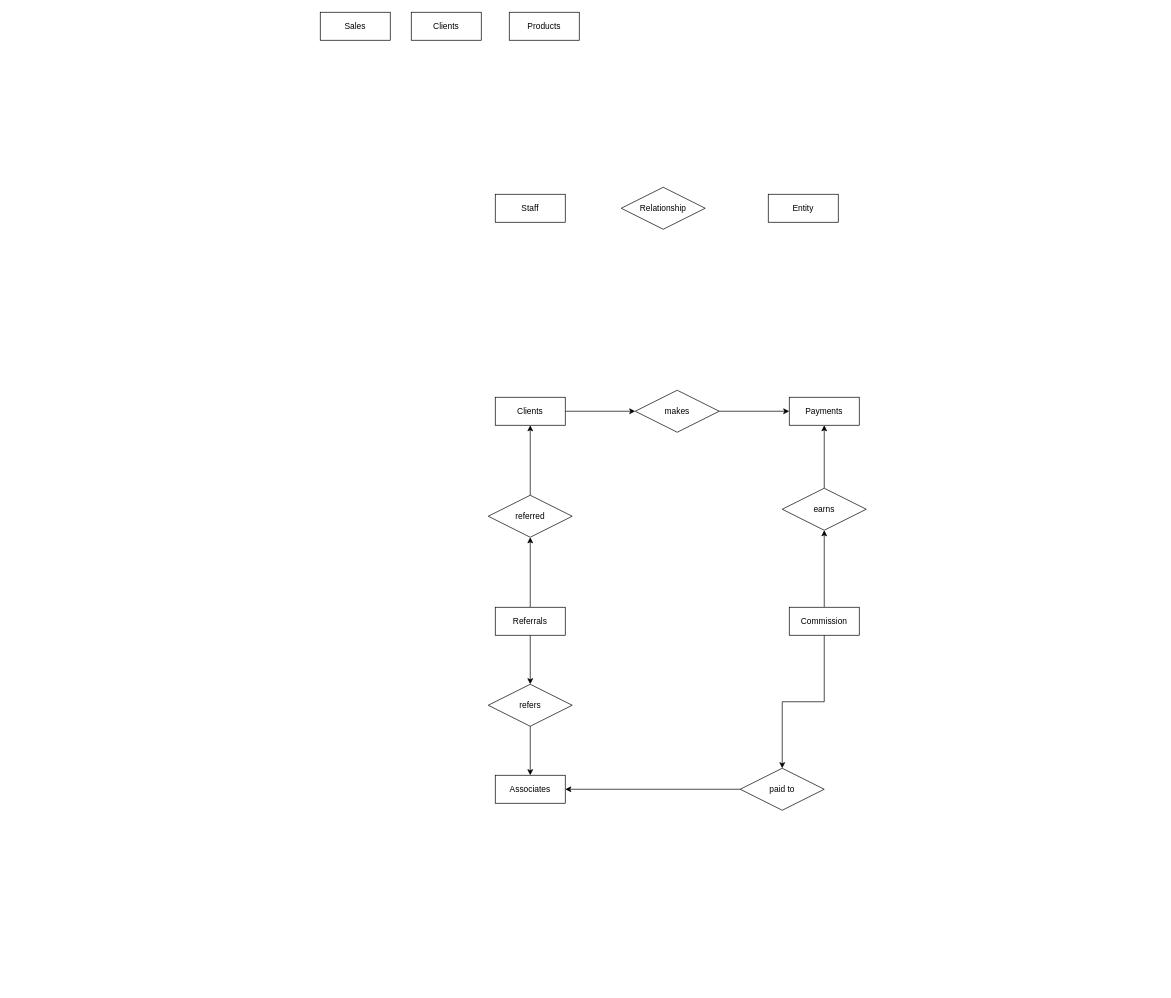
Earlier version of the draw.io diagram Untitled Diagram.drawio (TolulopeBabajide/UOR). Source tidied: cells renumbered, new cells numbered last; positions are measured from the earlier drawing's top-left corner, leaving out a move shared by most shapes. Both pictures are drawn from the tidied source at 70%, with x=0, y=0 at pixel (320, 12).
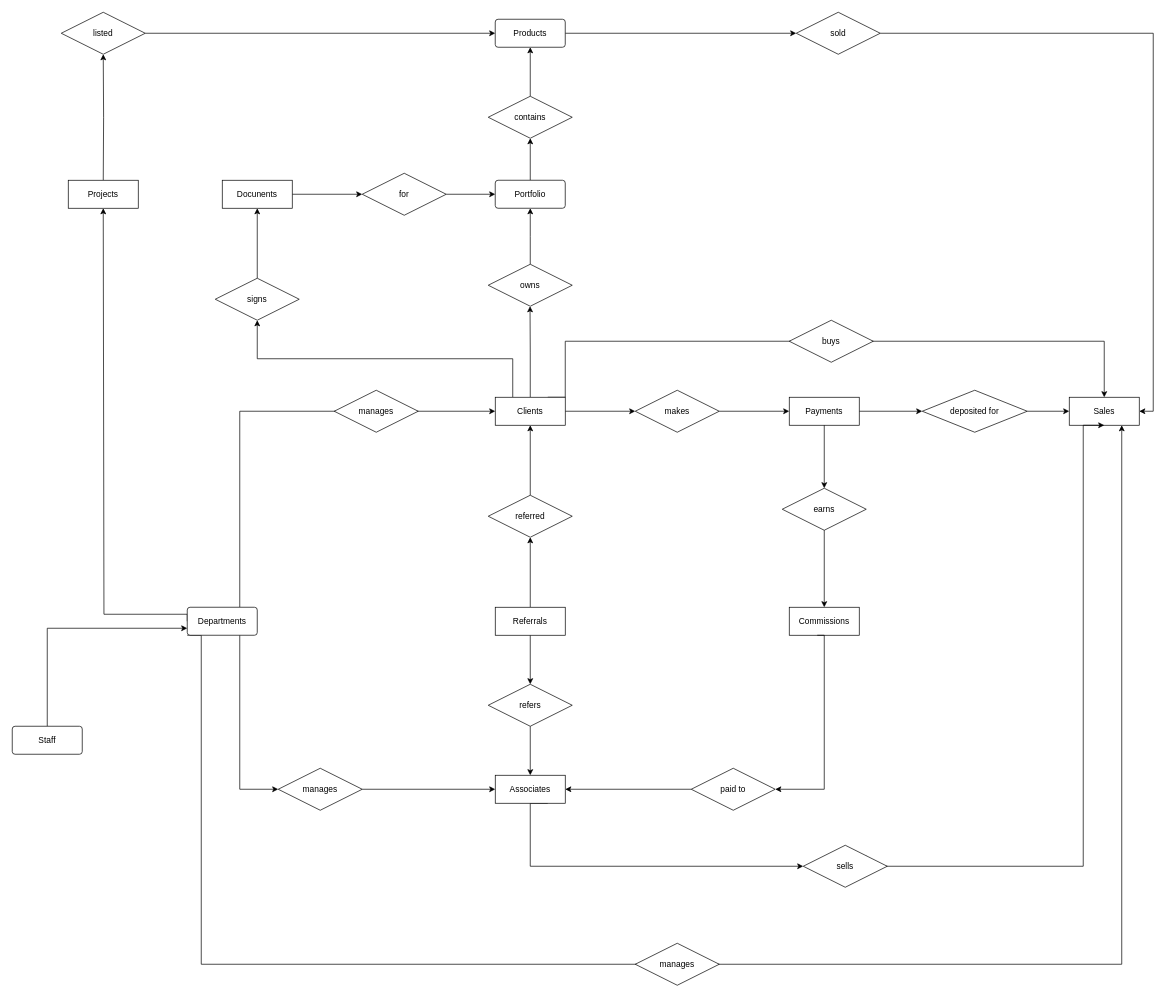
After the change.

Commit message:
all entities have been added

The change refers to these unchanged cells:
```xml
<mxCell id="9" value="Clients" style="whiteSpace=wrap;html=1;align=center;" parent="1" vertex="1">
  <mxGeometry x="250" y="550" width="100" height="40" as="geometry" />
</mxCell>
<mxCell id="12" value="Payments" style="whiteSpace=wrap;html=1;align=center;" parent="1" vertex="1">
  <mxGeometry x="670" y="550" width="100" height="40" as="geometry" />
</mxCell>
<mxCell id="14" value="earns" style="shape=rhombus;perimeter=rhombusPerimeter;whiteSpace=wrap;html=1;align=center;" parent="1" vertex="1">
  <mxGeometry x="660" y="680" width="120" height="60" as="geometry" />
</mxCell>
<mxCell id="22" value="Associates" style="whiteSpace=wrap;html=1;align=center;" parent="1" vertex="1">
  <mxGeometry x="250" y="1090" width="100" height="40" as="geometry" />
</mxCell>
```

The edit, as a diff of the source:
```diff
@@
-    <mxCell id="2" value="Clients" style="whiteSpace=wrap;html=1;align=center;" parent="1" vertex="1">
-      <mxGeometry x="130" width="100" height="40" as="geometry" />
-    </mxCell>
-    <mxCell id="3" value="Sales" style="whiteSpace=wrap;html=1;align=center;" parent="1" vertex="1">
-      <mxGeometry width="100" height="40" as="geometry" />
-    </mxCell>
-    <mxCell id="4" value="Staff" style="whiteSpace=wrap;html=1;align=center;" parent="1" vertex="1">
-      <mxGeometry x="250" y="260" width="100" height="40" as="geometry" />
-    </mxCell>
-    <mxCell id="5" value="Entity" style="whiteSpace=wrap;html=1;align=center;" parent="1" vertex="1">
-      <mxGeometry x="640" y="260" width="100" height="40" as="geometry" />
-    </mxCell>
-    <mxCell id="6" value="Relationship" style="shape=rhombus;perimeter=rhombusPerimeter;whiteSpace=wrap;html=1;align=center;" parent="1" vertex="1">
-      <mxGeometry x="430" y="250" width="120" height="60" as="geometry" />
-    </mxCell>
-    <mxCell id="7" value="Products" style="whiteSpace=wrap;html=1;align=center;" parent="1" vertex="1">
-      <mxGeometry x="270" width="100" height="40" as="geometry" />
-    </mxCell>
@@
+    <mxCell id="28" style="edgeStyle=orthogonalEdgeStyle;rounded=0;jettySize=auto;html=1;exitX=0.75;exitY=0;exitDx=0;exitDy=0;entryX=0.5;entryY=0;entryDx=0;entryDy=0;" parent="1" edge="1" source="9" target="3">
+      <mxGeometry relative="1" as="geometry">
+        <Array as="points">
+          <mxPoint x="350" y="550" />
+          <mxPoint x="350" y="470" />
+          <mxPoint x="1120" y="470" />
+        </Array>
+      </mxGeometry>
+    </mxCell>
+    <mxCell id="29" style="edgeStyle=orthogonalEdgeStyle;rounded=0;jettySize=auto;html=1;exitX=0.5;exitY=0;exitDx=0;exitDy=0;" parent="1" edge="1" source="9">
+      <mxGeometry relative="1" as="geometry">
+        <mxPoint x="299.7" y="420" as="targetPoint" />
+      </mxGeometry>
+    </mxCell>
+    <mxCell id="30" style="edgeStyle=orthogonalEdgeStyle;rounded=0;jettySize=auto;html=1;exitX=0.25;exitY=0;exitDx=0;exitDy=0;entryX=0.5;entryY=1;entryDx=0;entryDy=0;" parent="1" edge="1" source="9" target="62">
+      <mxGeometry relative="1" as="geometry" />
+    </mxCell>
@@
+    <mxCell id="31" style="edgeStyle=orthogonalEdgeStyle;rounded=0;jettySize=auto;html=1;" parent="1" edge="1" source="12" target="37">
+      <mxGeometry relative="1" as="geometry" />
+    </mxCell>
@@
-    <mxCell id="13" style="edgeStyle=orthogonalEdgeStyle;rounded=0;jettySize=auto;html=1;" parent="1" edge="1" source="14" target="12">
+    <mxCell id="13" style="edgeStyle=orthogonalEdgeStyle;rounded=0;jettySize=auto;html=1;" parent="1" edge="1" source="12" target="14">
       <mxGeometry relative="1" as="geometry" />
     </mxCell>
@@
-    <mxCell id="15" style="edgeStyle=orthogonalEdgeStyle;rounded=0;jettySize=auto;html=1;" parent="1" edge="1" source="16" target="14">
+    <mxCell id="15" style="edgeStyle=orthogonalEdgeStyle;rounded=0;jettySize=auto;html=1;" parent="1" edge="1" source="14" target="16">
       <mxGeometry relative="1" as="geometry" />
     </mxCell>
-    <mxCell id="16" value="Commission" style="whiteSpace=wrap;html=1;align=center;" parent="1" vertex="1">
+    <mxCell id="16" value="Commissions" style="whiteSpace=wrap;html=1;align=center;" parent="1" vertex="1">
       <mxGeometry x="670" y="850" width="100" height="40" as="geometry" />
     </mxCell>
@@
+    <mxCell id="32" style="edgeStyle=orthogonalEdgeStyle;rounded=0;jettySize=auto;html=1;exitX=0.75;exitY=1;exitDx=0;exitDy=0;entryX=0;entryY=0.5;entryDx=0;entryDy=0;" parent="1" edge="1" source="22" target="36">
+      <mxGeometry relative="1" as="geometry">
+        <Array as="points">
+          <mxPoint x="300" y="1130" />
+          <mxPoint x="300" y="1220" />
+        </Array>
+      </mxGeometry>
+    </mxCell>
@@
-    <mxCell id="25" style="edgeStyle=orthogonalEdgeStyle;rounded=0;jettySize=auto;html=1;exitX=0.5;exitY=1;exitDx=0;exitDy=0;" parent="1" edge="1" source="16" target="27">
-      <mxGeometry relative="1" as="geometry" />
+    <mxCell id="25" style="edgeStyle=orthogonalEdgeStyle;rounded=0;jettySize=auto;html=1;exitX=0.5;exitY=1;exitDx=0;exitDy=0;entryX=1;entryY=0.5;entryDx=0;entryDy=0;" parent="1" edge="1" target="27">
+      <mxGeometry relative="1" as="geometry">
+        <mxPoint x="710" y="890" as="sourcePoint" />
+        <Array as="points">
+          <mxPoint x="720" y="890" />
+          <mxPoint x="720" y="1110" />
+        </Array>
+      </mxGeometry>
     </mxCell>
@@
     <mxCell id="27" value="paid to" style="shape=rhombus;perimeter=rhombusPerimeter;whiteSpace=wrap;html=1;align=center;" parent="1" vertex="1">
-      <mxGeometry x="600" y="1080" width="120" height="60" as="geometry" />
+      <mxGeometry x="530" y="1080" width="120" height="60" as="geometry" />
     </mxCell>
+    <mxCell id="33" style="edgeStyle=orthogonalEdgeStyle;rounded=0;jettySize=auto;html=1;" parent="1" edge="1" source="37" target="3">
+      <mxGeometry relative="1" as="geometry" />
+    </mxCell>
+    <mxCell id="3" value="Sales" style="whiteSpace=wrap;html=1;align=center;" parent="1" vertex="1">
+      <mxGeometry x="1070" y="550" width="100" height="40" as="geometry" />
+    </mxCell>
+    <mxCell id="34" value="buys" style="shape=rhombus;perimeter=rhombusPerimeter;whiteSpace=wrap;html=1;align=center;" parent="1" vertex="1">
+      <mxGeometry x="670" y="440" width="120" height="60" as="geometry" />
+    </mxCell>
+    <mxCell id="35" style="edgeStyle=orthogonalEdgeStyle;rounded=0;jettySize=auto;html=1;exitX=1;exitY=0;exitDx=0;exitDy=0;entryX=0.5;entryY=1;entryDx=0;entryDy=0;" parent="1" edge="1" source="36" target="3">
+      <mxGeometry relative="1" as="geometry">
+        <Array as="points">
+          <mxPoint x="780" y="1220" />
+          <mxPoint x="1090" y="1220" />
+          <mxPoint x="1090" y="590" />
+        </Array>
+      </mxGeometry>
+    </mxCell>
+    <mxCell id="36" value="sells" style="shape=rhombus;perimeter=rhombusPerimeter;whiteSpace=wrap;html=1;align=center;" parent="1" vertex="1">
+      <mxGeometry x="690" y="1190" width="120" height="60" as="geometry" />
+    </mxCell>
+    <mxCell id="37" value="deposited for" style="rhombus;whiteSpace=wrap;html=1;" parent="1" vertex="1">
+      <mxGeometry x="860" y="540" width="150" height="60" as="geometry" />
+    </mxCell>
+    <mxCell id="38" style="edgeStyle=orthogonalEdgeStyle;rounded=0;jettySize=auto;html=1;exitX=0.75;exitY=0;exitDx=0;exitDy=0;entryX=0;entryY=0.5;entryDx=0;entryDy=0;" parent="1" edge="1" source="42" target="9">
+      <mxGeometry relative="1" as="geometry" />
+    </mxCell>
+    <mxCell id="39" style="edgeStyle=orthogonalEdgeStyle;rounded=0;jettySize=auto;html=1;exitX=0;exitY=0.5;exitDx=0;exitDy=0;entryX=0.5;entryY=1;entryDx=0;entryDy=0;" parent="1" edge="1" source="42">
+      <mxGeometry relative="1" as="geometry">
+        <mxPoint x="-310" y="280" as="targetPoint" />
+        <Array as="points">
+          <mxPoint x="-190" y="860" />
+          <mxPoint x="-309" y="860" />
+          <mxPoint x="-309" y="280" />
+        </Array>
+      </mxGeometry>
+    </mxCell>
+    <mxCell id="40" style="edgeStyle=orthogonalEdgeStyle;rounded=0;jettySize=auto;html=1;exitX=0;exitY=1;exitDx=0;exitDy=0;entryX=0.75;entryY=1;entryDx=0;entryDy=0;" parent="1" edge="1" source="42" target="3">
+      <mxGeometry relative="1" as="geometry">
+        <Array as="points">
+          <mxPoint x="-170" y="890" />
+          <mxPoint x="-170" y="1360" />
+          <mxPoint x="1145" y="1360" />
+        </Array>
+      </mxGeometry>
+    </mxCell>
+    <mxCell id="41" style="edgeStyle=orthogonalEdgeStyle;rounded=0;jettySize=auto;html=1;exitX=0.75;exitY=1;exitDx=0;exitDy=0;entryX=0;entryY=0.5;entryDx=0;entryDy=0;" parent="1" edge="1" source="42" target="52">
+      <mxGeometry relative="1" as="geometry" />
+    </mxCell>
+    <mxCell id="42" value="Departments" style="rounded=1;arcSize=10;whiteSpace=wrap;html=1;align=center;" parent="1" vertex="1">
+      <mxGeometry x="-190" y="850" width="100" height="40" as="geometry" />
+    </mxCell>
+    <mxCell id="43" style="edgeStyle=orthogonalEdgeStyle;rounded=0;jettySize=auto;html=1;exitX=1;exitY=0.5;exitDx=0;exitDy=0;entryX=0;entryY=0.5;entryDx=0;entryDy=0;" parent="1" edge="1" source="7" target="45">
+      <mxGeometry relative="1" as="geometry" />
+    </mxCell>
+    <mxCell id="7" value="Products" style="rounded=1;arcSize=10;whiteSpace=wrap;html=1;align=center;" parent="1" vertex="1">
+      <mxGeometry x="250" y="10" width="100" height="40" as="geometry" />
+    </mxCell>
+    <mxCell id="44" style="edgeStyle=orthogonalEdgeStyle;rounded=0;jettySize=auto;html=1;exitX=1;exitY=0.5;exitDx=0;exitDy=0;entryX=1;entryY=0.5;entryDx=0;entryDy=0;" parent="1" edge="1" source="45" target="3">
+      <mxGeometry relative="1" as="geometry" />
+    </mxCell>
+    <mxCell id="45" value="sold" style="shape=rhombus;perimeter=rhombusPerimeter;whiteSpace=wrap;html=1;align=center;" parent="1" vertex="1">
+      <mxGeometry x="680" width="120" height="60" as="geometry" />
+    </mxCell>
+    <mxCell id="46" style="edgeStyle=orthogonalEdgeStyle;rounded=0;jettySize=auto;html=1;" parent="1" edge="1" source="47">
+      <mxGeometry relative="1" as="geometry">
+        <mxPoint x="300" y="280" as="targetPoint" />
+      </mxGeometry>
+    </mxCell>
+    <mxCell id="47" value="owns" style="shape=rhombus;perimeter=rhombusPerimeter;whiteSpace=wrap;html=1;align=center;" parent="1" vertex="1">
+      <mxGeometry x="240" y="360" width="120" height="60" as="geometry" />
+    </mxCell>
+    <mxCell id="48" style="edgeStyle=orthogonalEdgeStyle;rounded=0;jettySize=auto;html=1;" parent="1" edge="1" source="49" target="51">
+      <mxGeometry relative="1" as="geometry" />
+    </mxCell>
+    <mxCell id="49" value="Portfolio" style="rounded=1;arcSize=10;whiteSpace=wrap;html=1;align=center;" parent="1" vertex="1">
+      <mxGeometry x="250" y="240" width="100" height="40" as="geometry" />
+    </mxCell>
+    <mxCell id="50" style="edgeStyle=orthogonalEdgeStyle;rounded=0;jettySize=auto;html=1;" parent="1" edge="1" source="51" target="7">
+      <mxGeometry relative="1" as="geometry" />
+    </mxCell>
+    <mxCell id="51" value="contains" style="shape=rhombus;perimeter=rhombusPerimeter;whiteSpace=wrap;html=1;align=center;" parent="1" vertex="1">
+      <mxGeometry x="240" y="120" width="120" height="60" as="geometry" />
+    </mxCell>
+    <mxCell id="52" value="manages" style="shape=rhombus;perimeter=rhombusPerimeter;whiteSpace=wrap;html=1;align=center;" parent="1" vertex="1">
+      <mxGeometry x="-60" y="1080" width="120" height="60" as="geometry" />
+    </mxCell>
+    <mxCell id="53" value="manages" style="shape=rhombus;perimeter=rhombusPerimeter;whiteSpace=wrap;html=1;align=center;" parent="1" vertex="1">
+      <mxGeometry x="20" y="540" width="120" height="60" as="geometry" />
+    </mxCell>
+    <mxCell id="54" style="edgeStyle=orthogonalEdgeStyle;rounded=0;jettySize=auto;html=1;entryX=0;entryY=0.5;entryDx=0;entryDy=0;" parent="1" edge="1" source="52" target="22">
+      <mxGeometry relative="1" as="geometry" />
+    </mxCell>
+    <mxCell id="55" style="edgeStyle=orthogonalEdgeStyle;rounded=0;jettySize=auto;html=1;exitX=0.5;exitY=0;exitDx=0;exitDy=0;entryX=0.5;entryY=1;entryDx=0;entryDy=0;" parent="1" edge="1" target="57">
+      <mxGeometry relative="1" as="geometry">
+        <mxPoint x="-310" y="240" as="sourcePoint" />
+      </mxGeometry>
+    </mxCell>
+    <mxCell id="56" style="edgeStyle=orthogonalEdgeStyle;rounded=0;jettySize=auto;html=1;exitX=1;exitY=0.5;exitDx=0;exitDy=0;entryX=0;entryY=0.5;entryDx=0;entryDy=0;" parent="1" edge="1" source="57" target="7">
+      <mxGeometry relative="1" as="geometry" />
+    </mxCell>
+    <mxCell id="57" value="listed" style="shape=rhombus;perimeter=rhombusPerimeter;whiteSpace=wrap;html=1;align=center;" parent="1" vertex="1">
+      <mxGeometry x="-370" width="120" height="60" as="geometry" />
+    </mxCell>
+    <mxCell id="58" value="Projects" style="whiteSpace=wrap;html=1;align=center;" parent="1" vertex="1">
+      <mxGeometry x="-360" y="240" width="100" height="40" as="geometry" />
+    </mxCell>
+    <mxCell id="59" value="manages" style="shape=rhombus;perimeter=rhombusPerimeter;whiteSpace=wrap;html=1;align=center;" parent="1" vertex="1">
+      <mxGeometry x="450" y="1330" width="120" height="60" as="geometry" />
+    </mxCell>
+    <mxCell id="60" style="edgeStyle=orthogonalEdgeStyle;rounded=0;jettySize=auto;html=1;exitX=0.5;exitY=0;exitDx=0;exitDy=0;entryX=0;entryY=0.75;entryDx=0;entryDy=0;" parent="1" edge="1" source="4" target="42">
+      <mxGeometry relative="1" as="geometry" />
+    </mxCell>
+    <mxCell id="4" value="Staff" style="rounded=1;arcSize=10;whiteSpace=wrap;html=1;align=center;" parent="1" vertex="1">
+      <mxGeometry x="-440" y="1020" width="100" height="40" as="geometry" />
+    </mxCell>
+    <mxCell id="61" style="edgeStyle=orthogonalEdgeStyle;rounded=0;jettySize=auto;html=1;" parent="1" edge="1" source="62" target="64">
+      <mxGeometry relative="1" as="geometry" />
+    </mxCell>
+    <mxCell id="62" value="signs" style="shape=rhombus;perimeter=rhombusPerimeter;whiteSpace=wrap;html=1;align=center;" parent="1" vertex="1">
+      <mxGeometry x="-150" y="380" width="120" height="60" as="geometry" />
+    </mxCell>
+    <mxCell id="63" style="edgeStyle=orthogonalEdgeStyle;rounded=0;jettySize=auto;html=1;" parent="1" edge="1" source="64" target="66">
+      <mxGeometry relative="1" as="geometry" />
+    </mxCell>
+    <mxCell id="64" value="Docunents" style="whiteSpace=wrap;html=1;align=center;" parent="1" vertex="1">
+      <mxGeometry x="-140" y="240" width="100" height="40" as="geometry" />
+    </mxCell>
+    <mxCell id="65" style="edgeStyle=orthogonalEdgeStyle;rounded=0;jettySize=auto;html=1;" parent="1" edge="1" source="66" target="49">
+      <mxGeometry relative="1" as="geometry" />
+    </mxCell>
+    <mxCell id="66" value="for" style="shape=rhombus;perimeter=rhombusPerimeter;whiteSpace=wrap;html=1;align=center;" parent="1" vertex="1">
+      <mxGeometry x="60" y="230" width="120" height="60" as="geometry" />
+    </mxCell>
```
